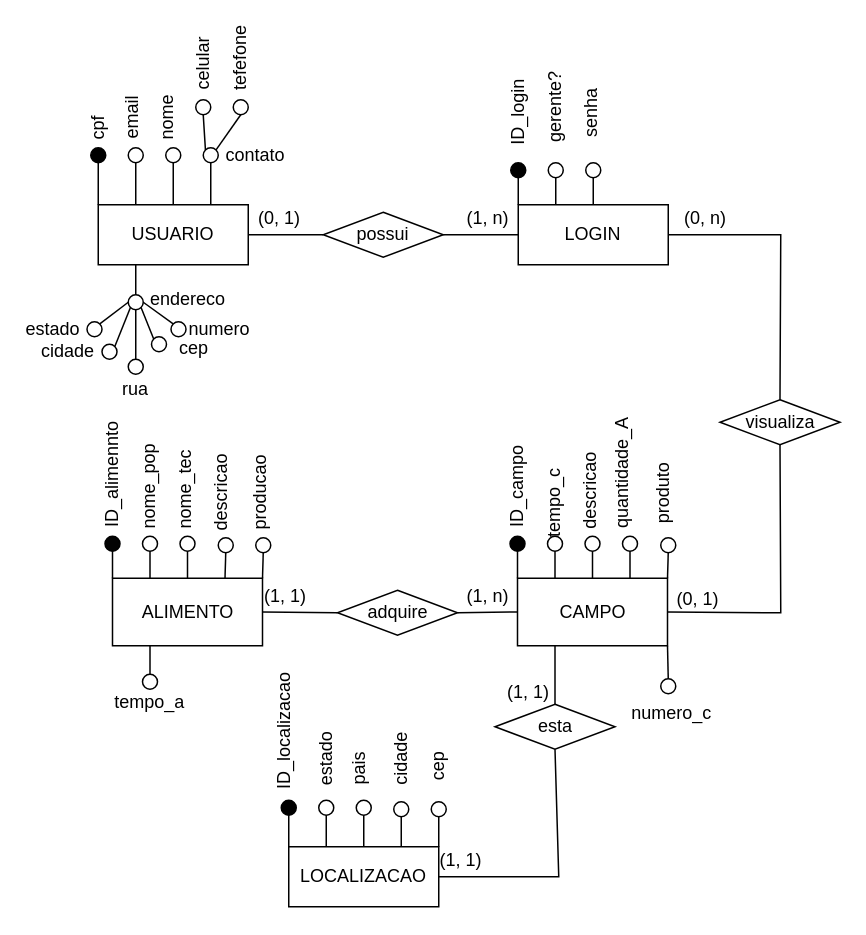
The draw.io diagram conceitual.drawio in Thiago163/api_sistema_trienal, before the edit. Source tidied: cells renumbered, new cells numbered last; positions are measured from the earlier drawing's top-left corner, leaving out a move shared by most shapes. Both pictures are drawn from the tidied source at 150%, with x=0, y=0 at pixel (30, 45).
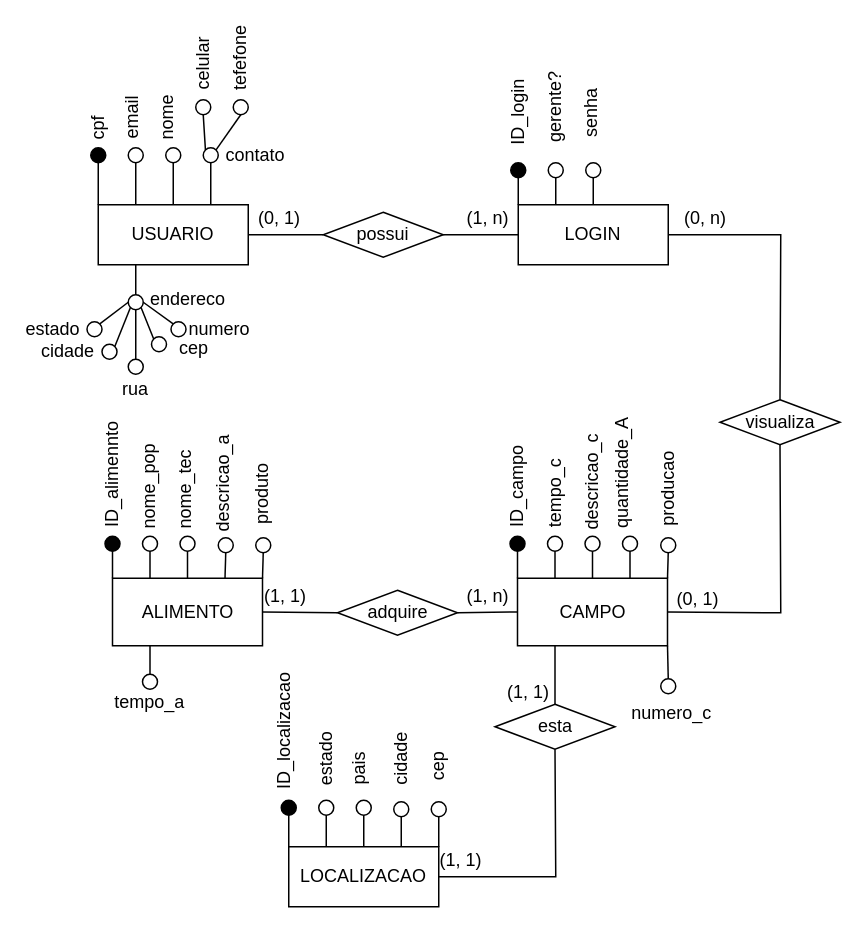
Above is the later version.

The change refers to these unchanged cells:
```xml
<mxCell id="6" value="LOCALIZACAO" style="rounded=0;whiteSpace=wrap;html=1;" parent="1" vertex="1">
  <mxGeometry x="172" y="534" width="100" height="40" as="geometry" />
</mxCell>
<mxCell id="9" value="esta" style="rhombus;whiteSpace=wrap;html=1;" parent="1" vertex="1">
  <mxGeometry x="309.5" y="439" width="80" height="30" as="geometry" />
</mxCell>
```

Change to the diagram source:
```diff
@@
     <mxCell id="58" style="endArrow=none;html=1;rounded=0;entryX=0.5;entryY=1;entryDx=0;entryDy=0;exitX=1;exitY=0.5;exitDx=0;exitDy=0;" parent="1" edge="1" source="6" target="9">
       <mxGeometry relative="1" as="geometry">
         <Array as="points">
-          <mxPoint x="352" y="554" />
+          <mxPoint x="350" y="554" />
         </Array>
       </mxGeometry>
     </mxCell>
@@
-    <mxCell id="73" value="descricao" style="text;html=1;align=center;verticalAlign=middle;whiteSpace=wrap;rounded=0;rotation=-90;" parent="1" vertex="1">
-      <mxGeometry x="105" y="289" width="45" height="18" as="geometry" />
+    <mxCell id="73" value="descricao_a" style="text;html=1;align=center;verticalAlign=middle;whiteSpace=wrap;rounded=0;rotation=-90;" parent="1" vertex="1">
+      <mxGeometry x="106" y="283" width="45" height="18" as="geometry" />
     </mxCell>
@@
     <mxCell id="77" value="producao" style="text;html=1;align=center;verticalAlign=middle;whiteSpace=wrap;rounded=0;rotation=-90;" parent="1" vertex="1">
-      <mxGeometry x="131" y="289" width="45" height="18" as="geometry" />
+      <mxGeometry x="402.5" y="287" width="45" height="18" as="geometry" />
     </mxCell>
     <mxCell id="78" value="tempo_c" style="text;html=1;align=center;verticalAlign=middle;whiteSpace=wrap;rounded=0;rotation=-90;" parent="1" vertex="1">
-      <mxGeometry x="327" y="295" width="45" height="20" as="geometry" />
+      <mxGeometry x="327.5" y="289" width="45" height="20" as="geometry" />
     </mxCell>
@@
-    <mxCell id="83" value="descricao" style="text;html=1;align=center;verticalAlign=middle;whiteSpace=wrap;rounded=0;rotation=-90;" parent="1" vertex="1">
-      <mxGeometry x="350.8" y="287" width="45" height="20" as="geometry" />
+    <mxCell id="83" value="descricao_c" style="text;html=1;align=center;verticalAlign=middle;whiteSpace=wrap;rounded=0;rotation=-90;" parent="1" vertex="1">
+      <mxGeometry x="352" y="281" width="45" height="20" as="geometry" />
     </mxCell>
@@
     <mxCell id="85" value="produto" style="text;html=1;align=center;verticalAlign=middle;whiteSpace=wrap;rounded=0;rotation=-90;" parent="1" vertex="1">
-      <mxGeometry x="399.5" y="289" width="45" height="20" as="geometry" />
+      <mxGeometry x="132" y="289" width="45" height="20" as="geometry" />
     </mxCell>
```
